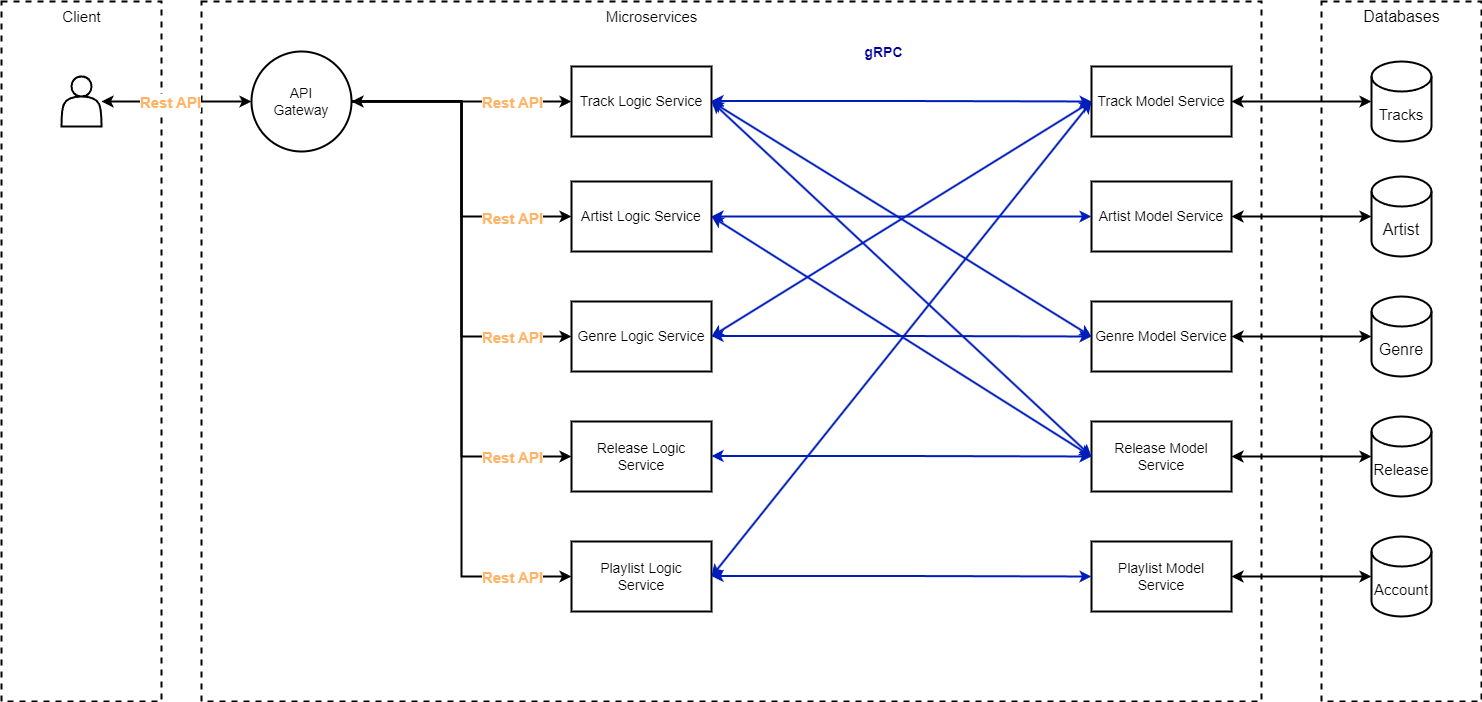
The draw.io diagram docs/application-architecture.png in fcul-cn/group02, before a commit. Source tidied: cells renumbered, new cells last; positions are measured from the earlier drawing's top-left corner, leaving out a move shared by most shapes. Source of this version:
```xml
<mxGraphModel>
  <root>
    <mxCell id="0" />
    <mxCell id="1" parent="0" />
    <mxCell id="2" style="rounded=0;whiteSpace=wrap;html=1;dashed=1;strokeWidth=2;" parent="1" vertex="1">
      <mxGeometry x="200" width="1060" height="700" as="geometry" />
    </mxCell>
    <mxCell id="3" style="rounded=0;whiteSpace=wrap;html=1;dashed=1;strokeWidth=2;" parent="1" vertex="1">
      <mxGeometry width="160" height="700" as="geometry" />
    </mxCell>
    <mxCell id="4" style="edgeStyle=orthogonalEdgeStyle;rounded=0;orthogonalLoop=1;jettySize=auto;html=1;exitX=1;exitY=0.5;exitDx=0;exitDy=0;entryX=0;entryY=0.5;entryDx=0;entryDy=0;strokeWidth=2;" parent="1" edge="1">
      <mxGeometry relative="1" as="geometry">
        <mxPoint x="350" y="100" as="sourcePoint" />
        <mxPoint x="570" y="100" as="targetPoint" />
      </mxGeometry>
    </mxCell>
    <mxCell id="5" value="&lt;b&gt;&lt;font face=&quot;Helvetica&quot; color=&quot;#ffb366&quot; style=&quot;--darkreader-inline-color: #ffb061; font-size: 15px;&quot;&gt;Rest API&lt;/font&gt;&lt;/b&gt;" style="edgeLabel;html=1;align=center;verticalAlign=middle;" parent="4" vertex="1">
      <mxGeometry x="-0.29" y="-1" relative="1" as="geometry">
        <mxPoint x="82" y="-1" as="offset" />
      </mxGeometry>
    </mxCell>
    <mxCell id="6" value="&lt;div style=&quot;font-size: 14px;&quot;&gt;&lt;font style=&quot;font-size: 14px;&quot;&gt;API&lt;/font&gt;&lt;/div&gt;&lt;div style=&quot;font-size: 14px;&quot;&gt;&lt;font style=&quot;font-size: 14px;&quot;&gt;&lt;font style=&quot;font-size: 14px;&quot;&gt;Gateway&lt;/font&gt;&lt;br&gt;&lt;/font&gt;&lt;/div&gt;" style="ellipse;whiteSpace=wrap;html=1;strokeWidth=2;" parent="1" vertex="1">
      <mxGeometry x="250" y="50" width="100" height="100" as="geometry" />
    </mxCell>
    <mxCell id="7" style="edgeStyle=orthogonalEdgeStyle;rounded=0;jettySize=auto;html=1;exitX=1;exitY=0.5;exitDx=0;exitDy=0;strokeWidth=2;entryX=0;entryY=0.5;entryDx=0;entryDy=0;startArrow=classic;startFill=1;fillColor=#0050ef;strokeColor=#001DBC;" parent="1" edge="1" target="20">
      <mxGeometry relative="1" as="geometry">
        <mxPoint x="710" y="99.5" as="sourcePoint" />
      </mxGeometry>
    </mxCell>
    <mxCell id="8" value="&lt;b&gt;&lt;font color=&quot;#000099&quot; style=&quot;font-size: 14px; --darkreader-inline-color: #70a4ff;&quot;&gt;gRPC&lt;/font&gt;&lt;/b&gt;" style="edgeLabel;html=1;align=center;verticalAlign=middle;" parent="7" vertex="1">
      <mxGeometry x="-0.25" y="3" relative="1" as="geometry">
        <mxPoint x="28" y="-46" as="offset" />
      </mxGeometry>
    </mxCell>
    <mxCell id="9" value="&lt;font style=&quot;font-size: 14px;&quot;&gt;Track Logic Service&lt;/font&gt;" style="rounded=0;whiteSpace=wrap;html=1;strokeWidth=2;" parent="1" vertex="1">
      <mxGeometry x="570" y="65" width="140" height="70" as="geometry" />
    </mxCell>
    <mxCell id="10" value="&lt;font style=&quot;font-size: 14px;&quot;&gt;Artist Logic Service&lt;/font&gt;" style="rounded=0;whiteSpace=wrap;html=1;strokeWidth=2;" parent="1" vertex="1">
      <mxGeometry x="570" y="180" width="140" height="70" as="geometry" />
    </mxCell>
    <mxCell id="11" value="&lt;font style=&quot;font-size: 14px;&quot;&gt;Genre Logic Service&lt;/font&gt;" style="rounded=0;whiteSpace=wrap;html=1;strokeWidth=2;" parent="1" vertex="1">
      <mxGeometry x="570" y="300" width="140" height="70" as="geometry" />
    </mxCell>
    <mxCell id="12" value="&lt;font style=&quot;font-size: 14px;&quot;&gt;Genre Model Service&lt;/font&gt;" style="rounded=0;whiteSpace=wrap;html=1;strokeWidth=2;" parent="1" vertex="1">
      <mxGeometry x="1090" y="300" width="140" height="70" as="geometry" />
    </mxCell>
    <mxCell id="13" value="&lt;font style=&quot;font-size: 15px;&quot;&gt;Client&lt;/font&gt;" style="text;html=1;align=center;verticalAlign=middle;strokeColor=none;fillColor=none;" parent="1" vertex="1">
      <mxGeometry x="50" width="60" height="30" as="geometry" />
    </mxCell>
    <mxCell id="14" style="edgeStyle=orthogonalEdgeStyle;rounded=0;jettySize=auto;html=1;strokeWidth=2;startArrow=classic;startFill=1;entryX=0;entryY=0.5;entryDx=0;entryDy=0;" parent="1" edge="1" target="6">
      <mxGeometry relative="1" as="geometry">
        <mxPoint x="100" y="100" as="sourcePoint" />
      </mxGeometry>
    </mxCell>
    <mxCell id="15" value="Rest" style="edgeLabel;html=1;align=center;verticalAlign=middle;" parent="14" vertex="1">
      <mxGeometry x="-0.1" y="-2" relative="1" as="geometry" />
    </mxCell>
    <mxCell id="16" value="&lt;font style=&quot;font-size: 13px;&quot;&gt;Text&lt;/font&gt;" style="edgeLabel;html=1;align=center;verticalAlign=middle;" parent="14" vertex="1">
      <mxGeometry x="-0.14" y="-3" relative="1" as="geometry" />
    </mxCell>
    <mxCell id="17" value="&lt;b&gt;&lt;font face=&quot;Helvetica&quot; color=&quot;#ffb366&quot; style=&quot;--darkreader-inline-color: #ffb061; font-size: 15px;&quot;&gt;Rest API&lt;/font&gt;&lt;/b&gt;" style="edgeLabel;html=1;align=center;verticalAlign=middle;" parent="14" vertex="1">
      <mxGeometry x="-0.1" y="-5" relative="1" as="geometry">
        <mxPoint y="-5" as="offset" />
      </mxGeometry>
    </mxCell>
    <mxCell id="18" style="shape=actor;whiteSpace=wrap;html=1;strokeWidth=2;" parent="1" vertex="1">
      <mxGeometry x="60" y="75" width="40" height="50" as="geometry" />
    </mxCell>
    <mxCell id="19" value="&lt;font style=&quot;font-size: 15px;&quot;&gt;Microservices&lt;/font&gt;" style="text;html=1;align=center;verticalAlign=middle;strokeColor=none;fillColor=none;" parent="1" vertex="1">
      <mxGeometry x="590" width="120" height="30" as="geometry" />
    </mxCell>
    <mxCell id="20" value="&lt;font style=&quot;font-size: 14px;&quot;&gt;Track Model Service&lt;/font&gt;" style="rounded=0;whiteSpace=wrap;html=1;strokeWidth=2;" parent="1" vertex="1">
      <mxGeometry x="1090" y="65" width="140" height="70" as="geometry" />
    </mxCell>
    <mxCell id="21" value="&lt;font style=&quot;font-size: 14px;&quot;&gt;Artist Model Service&lt;/font&gt;" style="rounded=0;whiteSpace=wrap;html=1;strokeWidth=2;" parent="1" vertex="1">
      <mxGeometry x="1090" y="180" width="140" height="70" as="geometry" />
    </mxCell>
    <mxCell id="22" value="&lt;font style=&quot;font-size: 14px;&quot;&gt;Release Logic Service&lt;/font&gt;" style="rounded=0;whiteSpace=wrap;html=1;strokeWidth=2;" parent="1" vertex="1">
      <mxGeometry x="570" y="420" width="140" height="70" as="geometry" />
    </mxCell>
    <mxCell id="23" value="&lt;font style=&quot;font-size: 14px;&quot;&gt;Playlist Logic &lt;br&gt;Service&lt;/font&gt;" style="rounded=0;whiteSpace=wrap;html=1;strokeWidth=2;" parent="1" vertex="1">
      <mxGeometry x="570" y="540" width="140" height="70" as="geometry" />
    </mxCell>
    <mxCell id="24" value="&lt;font style=&quot;font-size: 14px;&quot;&gt;Release Model Service&lt;/font&gt;" style="rounded=0;whiteSpace=wrap;html=1;strokeWidth=2;" parent="1" vertex="1">
      <mxGeometry x="1090" y="420" width="140" height="70" as="geometry" />
    </mxCell>
    <mxCell id="25" value="&lt;font style=&quot;font-size: 14px;&quot;&gt;Playlist&amp;nbsp;Model &lt;br&gt;Service&lt;/font&gt;" style="rounded=0;whiteSpace=wrap;html=1;strokeWidth=2;" parent="1" vertex="1">
      <mxGeometry x="1090" y="540" width="140" height="70" as="geometry" />
    </mxCell>
    <mxCell id="26" style="edgeStyle=orthogonalEdgeStyle;rounded=0;jettySize=auto;html=1;exitX=1;exitY=0.5;exitDx=0;exitDy=0;entryX=0;entryY=0.5;entryDx=0;entryDy=0;strokeWidth=2;" parent="1" edge="1" target="10">
      <mxGeometry relative="1" as="geometry">
        <mxPoint x="350" y="99.5" as="sourcePoint" />
      </mxGeometry>
    </mxCell>
    <mxCell id="27" value="&lt;b&gt;&lt;font face=&quot;Helvetica&quot; color=&quot;#ffb366&quot; style=&quot;--darkreader-inline-color: #ffb061; font-size: 15px;&quot;&gt;Rest API&lt;/font&gt;&lt;/b&gt;" style="edgeLabel;html=1;align=center;verticalAlign=middle;" parent="26" vertex="1">
      <mxGeometry x="-0.29" y="-1" relative="1" as="geometry">
        <mxPoint x="51" y="107" as="offset" />
      </mxGeometry>
    </mxCell>
    <mxCell id="28" style="edgeStyle=orthogonalEdgeStyle;rounded=0;jettySize=auto;html=1;exitX=1;exitY=0.5;exitDx=0;exitDy=0;entryX=0;entryY=0.5;entryDx=0;entryDy=0;strokeWidth=2;" parent="1" edge="1" source="6" target="11">
      <mxGeometry relative="1" as="geometry" />
    </mxCell>
    <mxCell id="29" value="&lt;b&gt;&lt;font face=&quot;Helvetica&quot; color=&quot;#ffb366&quot; style=&quot;--darkreader-inline-color: #ffb061; font-size: 15px;&quot;&gt;Rest API&lt;/font&gt;&lt;/b&gt;" style="edgeLabel;html=1;align=center;verticalAlign=middle;" parent="28" vertex="1">
      <mxGeometry x="-0.29" y="-1" relative="1" as="geometry">
        <mxPoint x="51" y="183" as="offset" />
      </mxGeometry>
    </mxCell>
    <mxCell id="30" style="edgeStyle=orthogonalEdgeStyle;rounded=0;jettySize=auto;html=1;exitX=1;exitY=0.5;exitDx=0;exitDy=0;entryX=0;entryY=0.5;entryDx=0;entryDy=0;strokeWidth=2;" parent="1" edge="1" source="6" target="22">
      <mxGeometry relative="1" as="geometry" />
    </mxCell>
    <mxCell id="31" style="edgeStyle=orthogonalEdgeStyle;rounded=0;jettySize=auto;html=1;exitX=1;exitY=0.5;exitDx=0;exitDy=0;entryX=0;entryY=0.5;entryDx=0;entryDy=0;strokeWidth=2;endArrow=classic;endFill=1;startArrow=classic;startFill=1;" parent="1" edge="1" source="6" target="23">
      <mxGeometry relative="1" as="geometry" />
    </mxCell>
    <mxCell id="32" value="&lt;b&gt;&lt;font face=&quot;Helvetica&quot; color=&quot;#ffb366&quot; style=&quot;--darkreader-inline-color: #ffb061; font-size: 15px;&quot;&gt;Rest API&lt;/font&gt;&lt;/b&gt;" style="edgeLabel;html=1;align=center;verticalAlign=middle;" parent="31" vertex="1">
      <mxGeometry x="-0.29" y="-1" relative="1" as="geometry">
        <mxPoint x="51" y="217" as="offset" />
      </mxGeometry>
    </mxCell>
    <mxCell id="33" value="&lt;b&gt;&lt;font face=&quot;Helvetica&quot; color=&quot;#ffb366&quot; style=&quot;--darkreader-inline-color: #ffb061; font-size: 15px;&quot;&gt;Rest API&lt;/font&gt;&lt;/b&gt;" style="edgeLabel;html=1;align=center;verticalAlign=middle;" parent="31" vertex="1">
      <mxGeometry x="0.77" relative="1" as="geometry">
        <mxPoint x="21" as="offset" />
      </mxGeometry>
    </mxCell>
    <mxCell id="34" style="rounded=0;whiteSpace=wrap;html=1;dashed=1;strokeWidth=2;" parent="1" vertex="1">
      <mxGeometry x="1320" width="160" height="700" as="geometry" />
    </mxCell>
    <mxCell id="35" value="&lt;font style=&quot;font-size: 16px;&quot;&gt;Databases&lt;/font&gt;" style="text;html=1;align=center;verticalAlign=middle;strokeColor=none;fillColor=none;" parent="1" vertex="1">
      <mxGeometry x="1350" width="100" height="30" as="geometry" />
    </mxCell>
    <mxCell id="36" style="edgeStyle=orthogonalEdgeStyle;rounded=0;jettySize=auto;html=1;exitX=1;exitY=0.5;exitDx=0;exitDy=0;strokeWidth=2;entryX=0;entryY=0.5;entryDx=0;entryDy=0;startArrow=classic;startFill=1;fillColor=#0050ef;strokeColor=#001DBC;" parent="1" edge="1" source="10" target="21">
      <mxGeometry relative="1" as="geometry" />
    </mxCell>
    <mxCell id="37" style="edgeStyle=orthogonalEdgeStyle;rounded=0;jettySize=auto;html=1;exitX=1;exitY=0.5;exitDx=0;exitDy=0;strokeWidth=2;entryX=0;entryY=0.5;entryDx=0;entryDy=0;startArrow=classic;startFill=1;fillColor=#0050ef;strokeColor=#001DBC;" parent="1" edge="1" target="12">
      <mxGeometry relative="1" as="geometry">
        <mxPoint x="710" y="334.5" as="sourcePoint" />
      </mxGeometry>
    </mxCell>
    <mxCell id="38" style="edgeStyle=orthogonalEdgeStyle;rounded=0;jettySize=auto;html=1;exitX=1;exitY=0.5;exitDx=0;exitDy=0;strokeWidth=2;entryX=0;entryY=0.5;entryDx=0;entryDy=0;startArrow=classic;startFill=1;fillColor=#0050ef;strokeColor=#001DBC;" parent="1" edge="1" target="24">
      <mxGeometry relative="1" as="geometry">
        <mxPoint x="710" y="454.5" as="sourcePoint" />
      </mxGeometry>
    </mxCell>
    <mxCell id="39" style="edgeStyle=orthogonalEdgeStyle;rounded=0;jettySize=auto;html=1;exitX=1;exitY=0.5;exitDx=0;exitDy=0;strokeWidth=2;entryX=0;entryY=0.5;entryDx=0;entryDy=0;startArrow=classic;startFill=1;fillColor=#0050ef;strokeColor=#001DBC;" parent="1" edge="1" target="25">
      <mxGeometry relative="1" as="geometry">
        <mxPoint x="710" y="574.5" as="sourcePoint" />
      </mxGeometry>
    </mxCell>
    <mxCell id="40" value="&lt;font style=&quot;font-size: 15px;&quot;&gt;Tracks&lt;/font&gt;" style="shape=cylinder3;whiteSpace=wrap;html=1;boundedLbl=1;backgroundOutline=1;size=15;strokeWidth=2;" parent="1" vertex="1">
      <mxGeometry x="1370" y="60" width="60" height="80" as="geometry" />
    </mxCell>
    <mxCell id="41" value="&lt;font style=&quot;font-size: 16px;&quot;&gt;Artist&lt;/font&gt;" style="shape=cylinder3;whiteSpace=wrap;html=1;boundedLbl=1;backgroundOutline=1;size=15;strokeWidth=2;" parent="1" vertex="1">
      <mxGeometry x="1370" y="175" width="60" height="80" as="geometry" />
    </mxCell>
    <mxCell id="42" value="&lt;font style=&quot;font-size: 16px;&quot;&gt;Genre&lt;/font&gt;" style="shape=cylinder3;whiteSpace=wrap;html=1;boundedLbl=1;backgroundOutline=1;size=15;strokeWidth=2;" parent="1" vertex="1">
      <mxGeometry x="1370" y="295" width="60" height="80" as="geometry" />
    </mxCell>
    <mxCell id="43" value="&lt;font style=&quot;font-size: 15px;&quot;&gt;Release&lt;/font&gt;" style="shape=cylinder3;whiteSpace=wrap;html=1;boundedLbl=1;backgroundOutline=1;size=15;strokeWidth=2;" parent="1" vertex="1">
      <mxGeometry x="1370" y="415" width="60" height="80" as="geometry" />
    </mxCell>
    <mxCell id="44" value="&lt;font style=&quot;font-size: 15px;&quot;&gt;Account&lt;/font&gt;" style="shape=cylinder3;whiteSpace=wrap;html=1;boundedLbl=1;backgroundOutline=1;size=15;strokeWidth=2;" parent="1" vertex="1">
      <mxGeometry x="1370" y="535" width="60" height="80" as="geometry" />
    </mxCell>
    <mxCell id="45" style="edgeStyle=orthogonalEdgeStyle;rounded=0;jettySize=auto;html=1;exitX=1;exitY=0.5;exitDx=0;exitDy=0;entryX=0;entryY=0.5;entryDx=0;entryDy=0;entryPerimeter=0;strokeWidth=2;startArrow=classic;startFill=1;" parent="1" edge="1" source="25" target="44">
      <mxGeometry relative="1" as="geometry" />
    </mxCell>
    <mxCell id="46" style="edgeStyle=orthogonalEdgeStyle;rounded=0;jettySize=auto;html=1;exitX=1;exitY=0.5;exitDx=0;exitDy=0;entryX=0;entryY=0.5;entryDx=0;entryDy=0;entryPerimeter=0;strokeWidth=2;startArrow=classic;startFill=1;" parent="1" edge="1" source="24" target="43">
      <mxGeometry relative="1" as="geometry" />
    </mxCell>
    <mxCell id="47" style="edgeStyle=orthogonalEdgeStyle;rounded=0;jettySize=auto;html=1;exitX=1;exitY=0.5;exitDx=0;exitDy=0;entryX=0;entryY=0.5;entryDx=0;entryDy=0;entryPerimeter=0;strokeWidth=2;startArrow=classic;startFill=1;" parent="1" edge="1" source="12" target="42">
      <mxGeometry relative="1" as="geometry" />
    </mxCell>
    <mxCell id="48" style="edgeStyle=orthogonalEdgeStyle;rounded=0;jettySize=auto;html=1;exitX=1;exitY=0.5;exitDx=0;exitDy=0;entryX=0;entryY=0.5;entryDx=0;entryDy=0;entryPerimeter=0;strokeWidth=2;startArrow=classic;startFill=1;" parent="1" edge="1" source="21" target="41">
      <mxGeometry relative="1" as="geometry" />
    </mxCell>
    <mxCell id="49" style="edgeStyle=orthogonalEdgeStyle;rounded=0;jettySize=auto;html=1;exitX=1;exitY=0.5;exitDx=0;exitDy=0;entryX=0;entryY=0.5;entryDx=0;entryDy=0;entryPerimeter=0;strokeWidth=2;startArrow=classic;startFill=1;" parent="1" edge="1" source="20" target="40">
      <mxGeometry relative="1" as="geometry" />
    </mxCell>
    <mxCell id="50" style="rounded=0;jettySize=auto;html=1;exitX=1;exitY=0.5;exitDx=0;exitDy=0;strokeWidth=2;entryX=0;entryY=0.5;entryDx=0;entryDy=0;startArrow=classic;startFill=1;fillColor=#0050ef;strokeColor=#001DBC;" parent="1" edge="1" source="9" target="12">
      <mxGeometry relative="1" as="geometry" />
    </mxCell>
    <mxCell id="51" style="rounded=0;jettySize=auto;html=1;exitX=1;exitY=0.5;exitDx=0;exitDy=0;strokeWidth=2;entryX=0;entryY=0.5;entryDx=0;entryDy=0;startArrow=classic;startFill=1;fillColor=#0050ef;strokeColor=#001DBC;" parent="1" edge="1" source="9" target="24">
      <mxGeometry relative="1" as="geometry" />
    </mxCell>
    <mxCell id="52" style="rounded=0;jettySize=auto;html=1;exitX=1;exitY=0.5;exitDx=0;exitDy=0;strokeWidth=2;entryX=0;entryY=0.5;entryDx=0;entryDy=0;startArrow=classic;startFill=1;fillColor=#0050ef;strokeColor=#001DBC;" parent="1" edge="1" source="10" target="24">
      <mxGeometry relative="1" as="geometry" />
    </mxCell>
    <mxCell id="53" style="rounded=0;jettySize=auto;html=1;exitX=1;exitY=0.5;exitDx=0;exitDy=0;strokeWidth=2;entryX=0;entryY=0.5;entryDx=0;entryDy=0;startArrow=classic;startFill=1;fillColor=#0050ef;strokeColor=#001DBC;" parent="1" edge="1" source="11" target="20">
      <mxGeometry relative="1" as="geometry" />
    </mxCell>
    <mxCell id="54" style="rounded=0;jettySize=auto;html=1;exitX=1;exitY=0.5;exitDx=0;exitDy=0;strokeWidth=2;entryX=0;entryY=0.5;entryDx=0;entryDy=0;startArrow=classic;startFill=1;fillColor=#0050ef;strokeColor=#001DBC;" parent="1" edge="1" source="23" target="20">
      <mxGeometry relative="1" as="geometry" />
    </mxCell>
  </root>
</mxGraphModel>
```
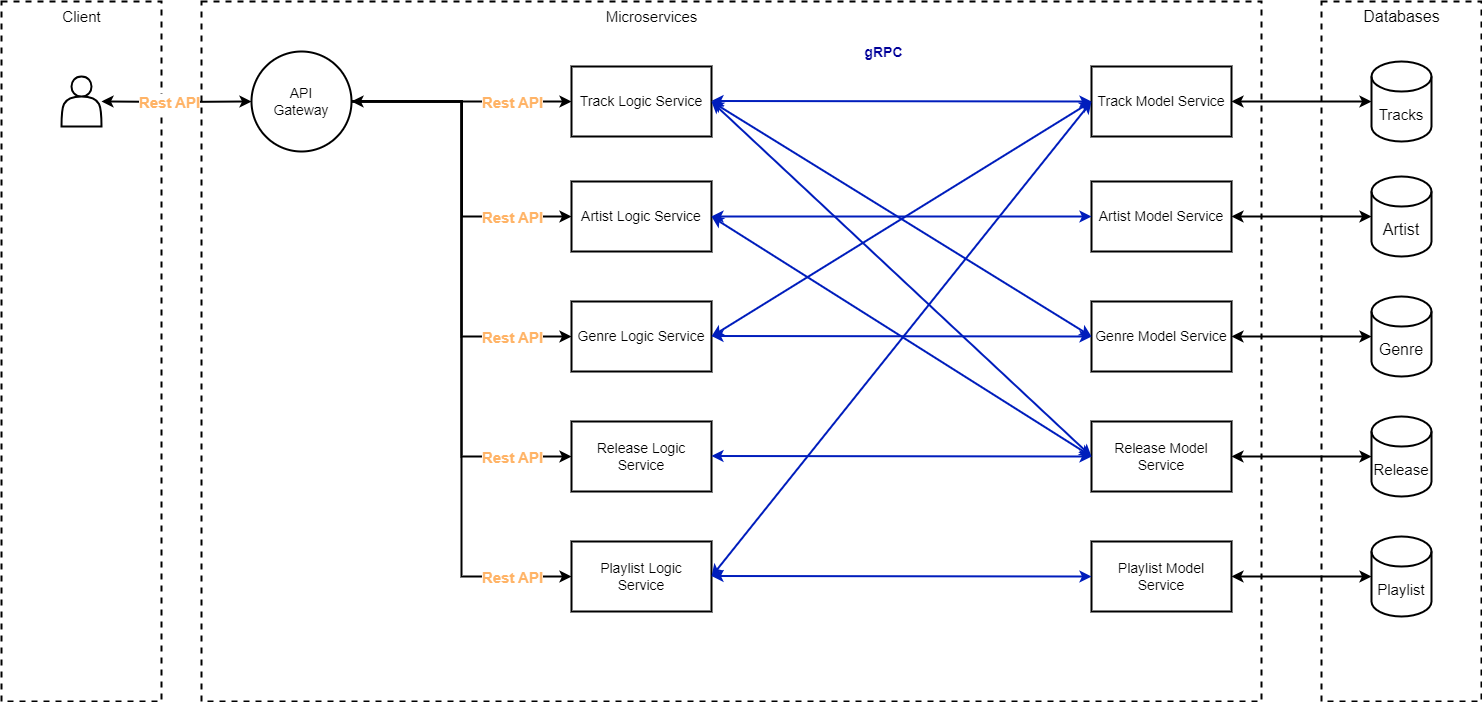
After the commit.

Commit message:
change in playlist db name

What changed in the source:
```diff
@@ -157,7 +157,7 @@
     <mxCell id="43" value="&lt;font style=&quot;font-size: 15px;&quot;&gt;Release&lt;/font&gt;" style="shape=cylinder3;whiteSpace=wrap;html=1;boundedLbl=1;backgroundOutline=1;size=15;strokeWidth=2;" parent="1" vertex="1">
       <mxGeometry x="1370" y="415" width="60" height="80" as="geometry" />
     </mxCell>
-    <mxCell id="44" value="&lt;font style=&quot;font-size: 15px;&quot;&gt;Account&lt;/font&gt;" style="shape=cylinder3;whiteSpace=wrap;html=1;boundedLbl=1;backgroundOutline=1;size=15;strokeWidth=2;" parent="1" vertex="1">
+    <mxCell id="44" value="&lt;font style=&quot;font-size: 15px;&quot;&gt;Playlist&lt;/font&gt;" style="shape=cylinder3;whiteSpace=wrap;html=1;boundedLbl=1;backgroundOutline=1;size=15;strokeWidth=2;" parent="1" vertex="1">
       <mxGeometry x="1370" y="535" width="60" height="80" as="geometry" />
     </mxCell>
     <mxCell id="45" style="edgeStyle=orthogonalEdgeStyle;rounded=0;jettySize=auto;html=1;exitX=1;exitY=0.5;exitDx=0;exitDy=0;entryX=0;entryY=0.5;entryDx=0;entryDy=0;entryPerimeter=0;strokeWidth=2;startArrow=classic;startFill=1;" parent="1" edge="1" source="25" target="44">
```
